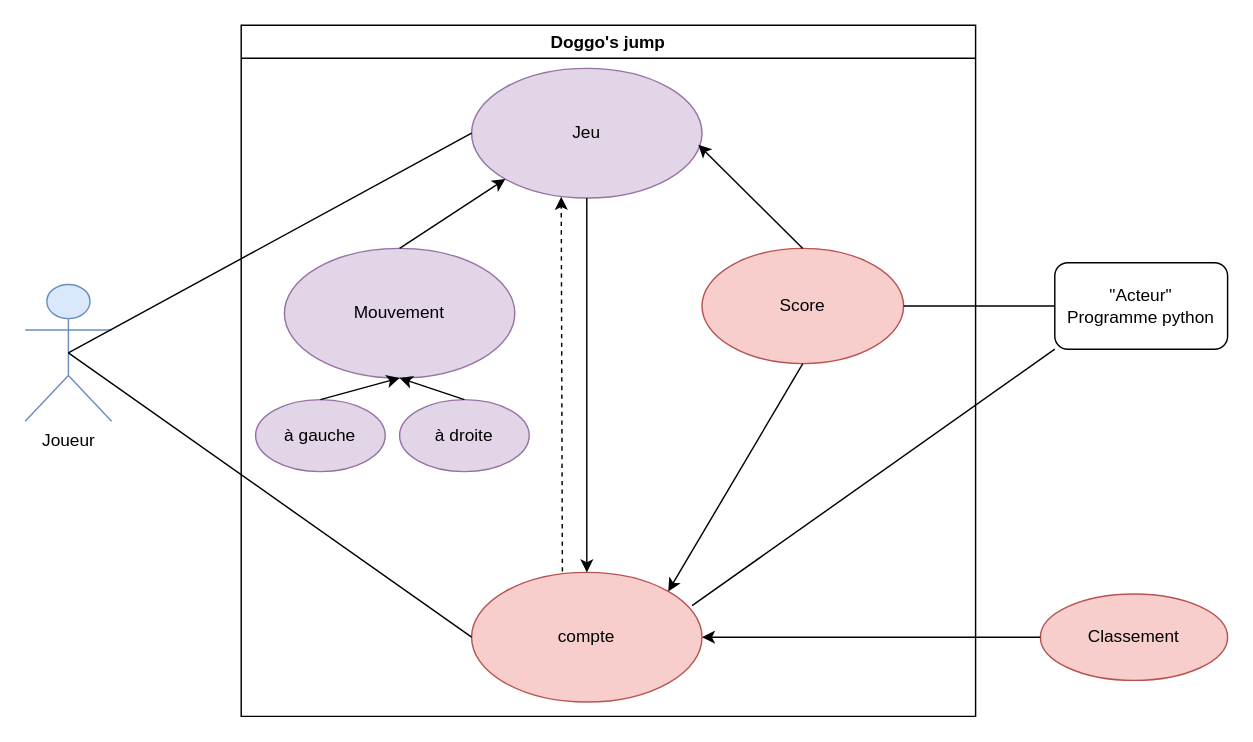
Above: Cas_utilisation.drawio in LaseIo/Doggo-s-Jump (draw.io), before the change. Source tidied: cells renumbered, new cells numbered last; positions are measured from the earlier drawing's top-left corner, leaving out a move shared by most shapes. Both pictures are drawn from the tidied source at 144%, with x=0, y=0 at pixel (24, 24).
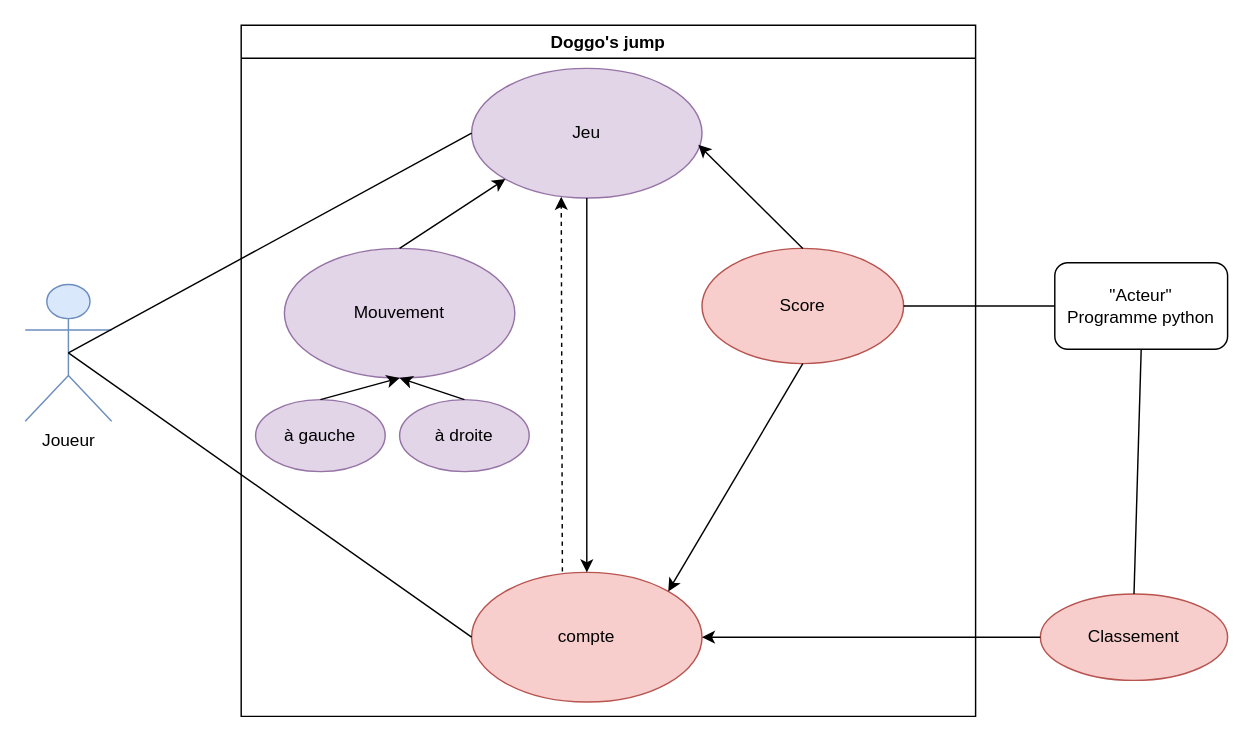
The same page after the edit.

Commit message:
Mettre à jour Cas_utilisation.drawio

The change refers to these unchanged cells:
```xml
<mxCell id="5" value="compte" style="ellipse;whiteSpace=wrap;html=1;align=center;newEdgeStyle={&quot;edgeStyle&quot;:&quot;entityRelationEdgeStyle&quot;,&quot;startArrow&quot;:&quot;none&quot;,&quot;endArrow&quot;:&quot;none&quot;,&quot;segment&quot;:10,&quot;curved&quot;:1,&quot;sourcePerimeterSpacing&quot;:0,&quot;targetPerimeterSpacing&quot;:0};fillColor=#f8cecc;strokeColor=#b85450;" parent="3" vertex="1">
  <mxGeometry x="160" y="380" width="160" height="90" as="geometry" />
</mxCell>
<mxCell id="18" value="Classement" style="ellipse;whiteSpace=wrap;html=1;align=center;newEdgeStyle={&quot;edgeStyle&quot;:&quot;entityRelationEdgeStyle&quot;,&quot;startArrow&quot;:&quot;none&quot;,&quot;endArrow&quot;:&quot;none&quot;,&quot;segment&quot;:10,&quot;curved&quot;:1,&quot;sourcePerimeterSpacing&quot;:0,&quot;targetPerimeterSpacing&quot;:0};fillColor=#f8cecc;strokeColor=#b85450;" parent="1" vertex="1">
  <mxGeometry x="705" y="395" width="130" height="60" as="geometry" />
</mxCell>
<mxCell id="19" value="&quot;Acteur&quot;&lt;div&gt;Programme python&lt;/div&gt;" style="rounded=1;whiteSpace=wrap;html=1;" parent="1" vertex="1">
  <mxGeometry x="715" y="165" width="120" height="60" as="geometry" />
</mxCell>
```

What changed in the source:
```diff
@@
-    <mxCell id="23" style="endArrow=none;html=1;rounded=0;entryX=0;entryY=1;entryDx=0;entryDy=0;exitX=0.957;exitY=0.256;exitDx=0;exitDy=0;exitPerimeter=0;" parent="1" edge="1" source="5" target="19">
+    <mxCell id="23" style="endArrow=none;html=1;rounded=0;exitX=0.5;exitY=0;exitDx=0;exitDy=0;entryX=0.5;entryY=1;entryDx=0;entryDy=0;" parent="1" edge="1" source="18" target="19">
       <mxGeometry relative="1" as="geometry" />
     </mxCell>
```
